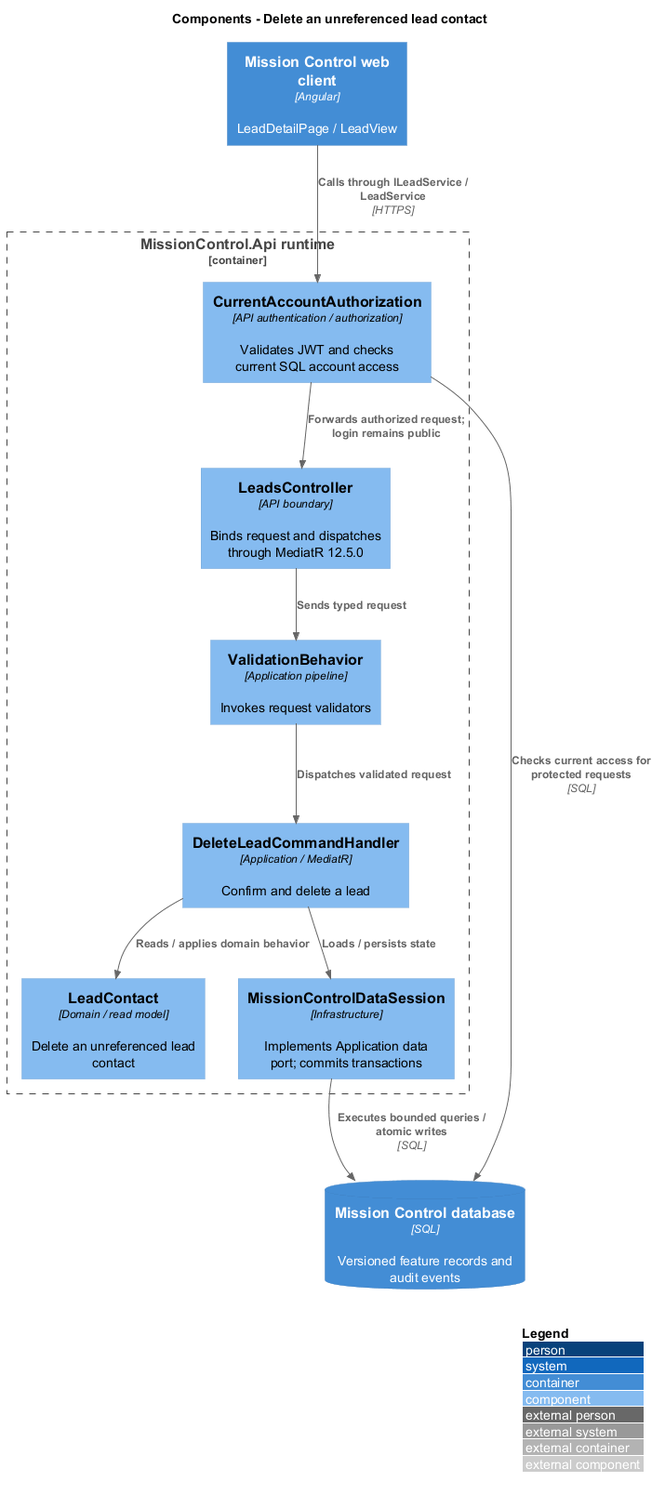
QuinntyneBrown/mission-control keeps this PlantUML diagram as docs/detailed-designs/leads/delete-contact/diagrams/c4-component.png. Above is the earlier version.
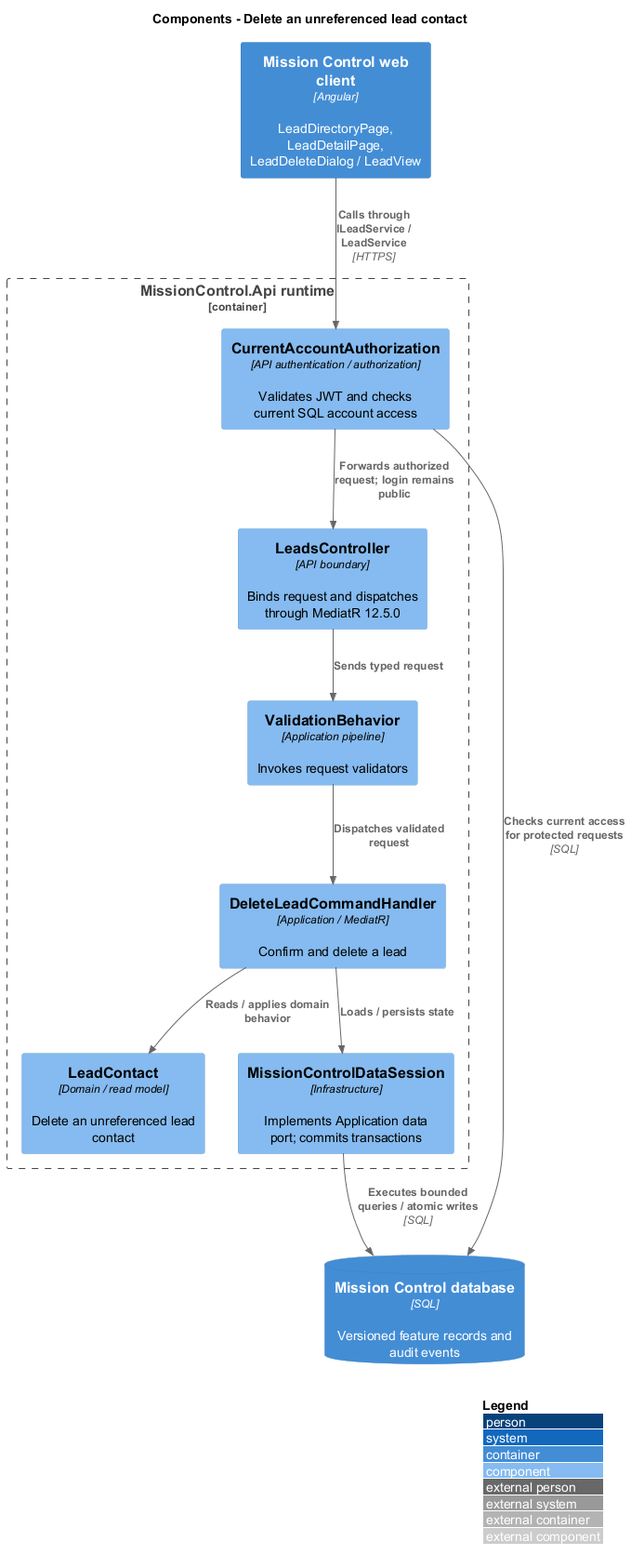
After the change.

Change to the diagram source:
```diff
@@ -2,7 +2,7 @@
 !include <C4/C4_Component>
 LAYOUT_WITH_LEGEND()
 title Components - Delete an unreferenced lead contact
-Container(web, "Mission Control web client", "Angular", "LeadDetailPage / LeadView")
+Container(web, "Mission Control web client", "Angular", "LeadDirectoryPage, LeadDetailPage, LeadDeleteDialog / LeadView")
 ContainerDb(db, "Mission Control database", "SQL", "Versioned feature records and audit events")
 Container_Boundary(api, "MissionControl.Api runtime") {
   Component(ctrl, "LeadsController", "API boundary", "Binds request and dispatches through MediatR 12.5.0")
```
